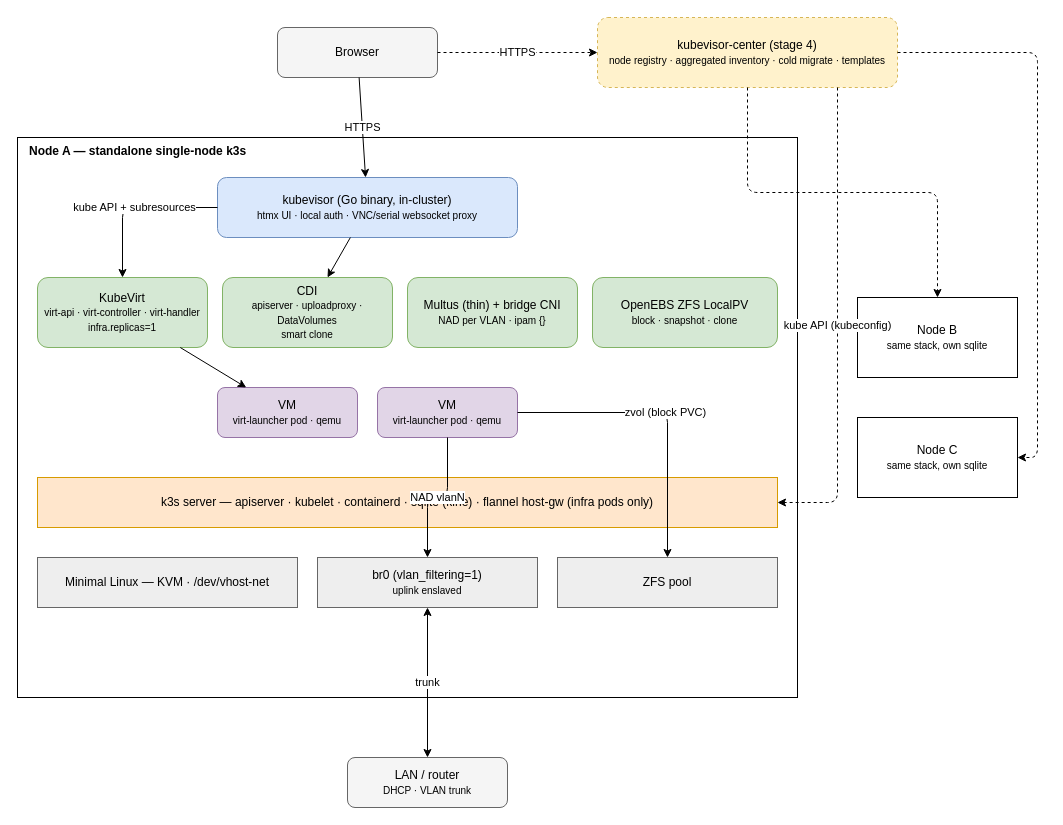
Above: docs/architecture.drawio in sindef/argus (draw.io), before the change. Source tidied: cells renumbered, new cells numbered last; positions are measured from the earlier drawing's top-left corner, leaving out a move shared by most shapes. Both pictures are drawn from the tidied source at 100%, with x=0, y=0 at pixel (17, 17).
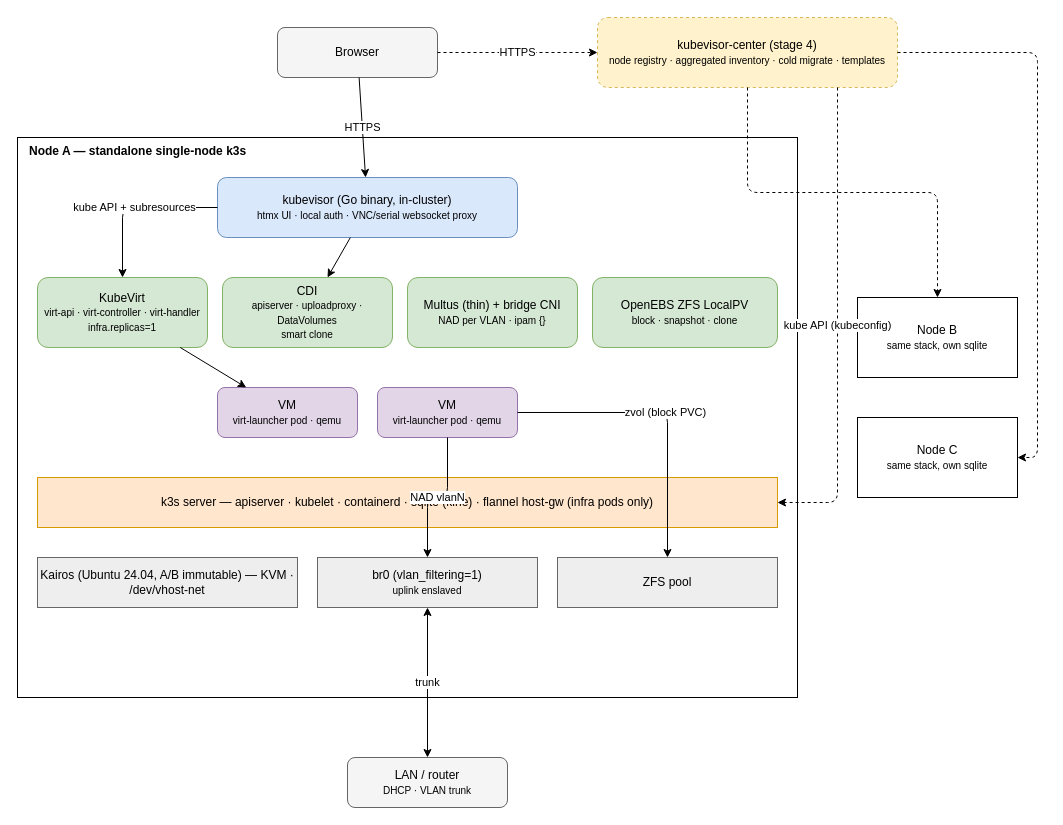
Above is the later version.

Commit message (it also covers changes not shown here):
docs: Kairos as node OS

What changed in the source:
```diff
@@
-    <mxCell id="13" value="Minimal Linux — KVM · /dev/vhost-net" style="rounded=0;whiteSpace=wrap;html=1;fillColor=#eeeeee;strokeColor=#666666;" parent="1" vertex="1">
+    <mxCell id="13" value="Kairos (Ubuntu 24.04, A/B immutable) — KVM · /dev/vhost-net" style="rounded=0;whiteSpace=wrap;html=1;fillColor=#eeeeee;strokeColor=#666666;" parent="1" vertex="1">
       <mxGeometry x="20" y="540" width="260" height="50" as="geometry" />
     </mxCell>
```
